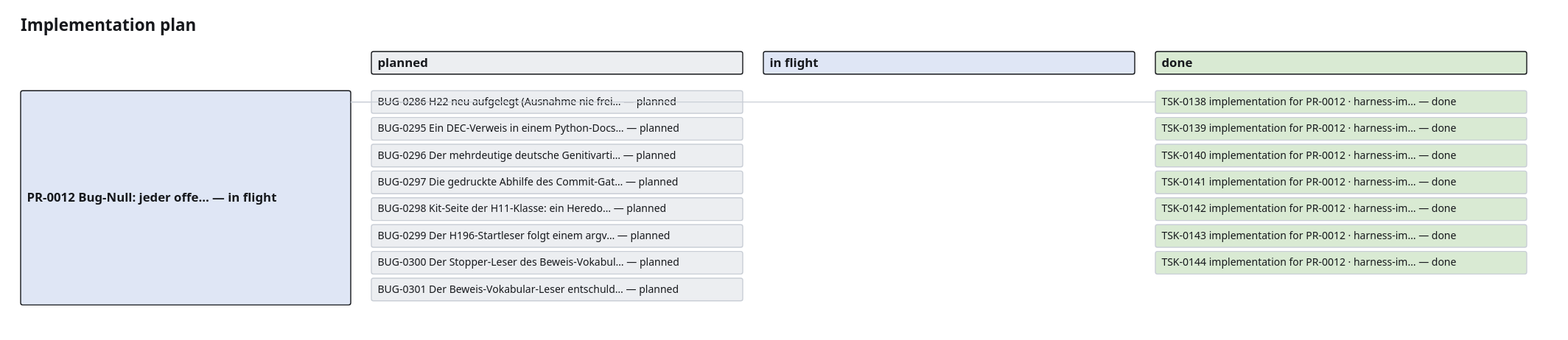
The draw.io diagram project_memory/generated/plan.drawio.svg in GiaZenX/harness, before a commit. Source tidied: cells renumbered, new cells last; positions are measured from the earlier drawing's top-left corner, leaving out a move shared by most shapes.
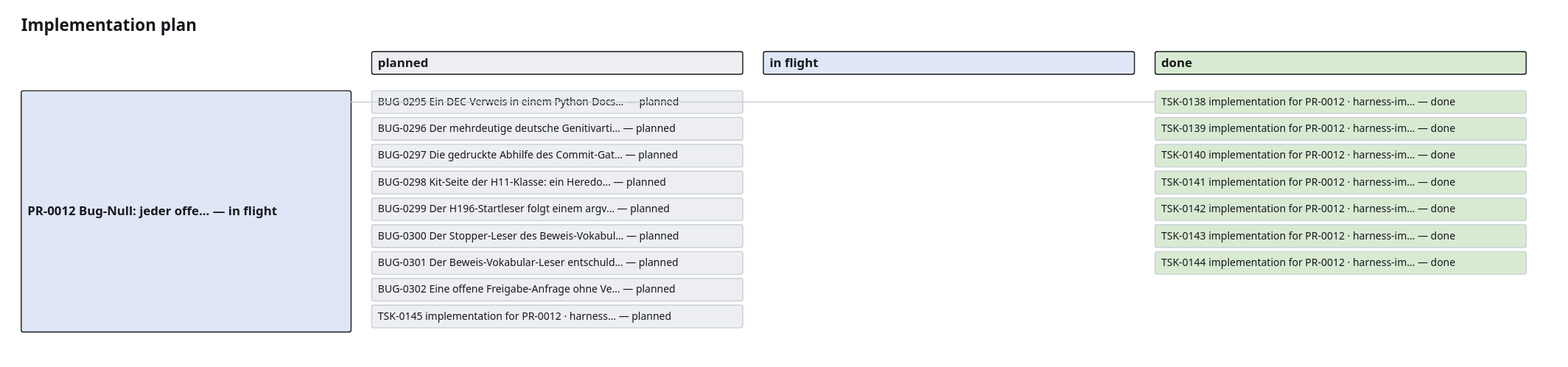
After the change.

What changed in the source:
```diff
@@ -15,58 +15,61 @@
       <mxGeometry x="1100" y="34" width="360" height="22" as="geometry" />
     </mxCell>
     <mxCell id="6" value="PR-0012 Bug-Null: jeder offe… — in flight" style="rounded=1;whiteSpace=wrap;html=1;fillColor=#dfe6f5;strokeColor=#16181c;fontSize=12;fontStyle=1;" parent="1" vertex="1">
-      <mxGeometry y="72" width="320" height="208" as="geometry" />
+      <mxGeometry y="72" width="320" height="234" as="geometry" />
     </mxCell>
-    <mxCell id="7" value="BUG-0286 H22 neu aufgelegt (Ausnahme nie frei… — planned" style="rounded=1;whiteSpace=wrap;html=1;fillColor=#eceef1;strokeColor=#c9ced6;fontSize=10;" parent="1" vertex="1">
+    <mxCell id="7" value="BUG-0295 Ein DEC-Verweis in einem Python-Docs… — planned" style="rounded=1;whiteSpace=wrap;html=1;fillColor=#eceef1;strokeColor=#c9ced6;fontSize=10;" parent="1" vertex="1">
       <mxGeometry x="340" y="72" width="360" height="22" as="geometry" />
     </mxCell>
     <mxCell id="8" style="edgeStyle=orthogonalEdgeStyle;endArrow=none;strokeColor=#c9ced6;" parent="1" edge="1" source="6" target="7">
       <mxGeometry relative="1" as="geometry" />
     </mxCell>
-    <mxCell id="9" value="BUG-0295 Ein DEC-Verweis in einem Python-Docs… — planned" style="rounded=1;whiteSpace=wrap;html=1;fillColor=#eceef1;strokeColor=#c9ced6;fontSize=10;" parent="1" vertex="1">
+    <mxCell id="9" value="BUG-0296 Der mehrdeutige deutsche Genitivarti… — planned" style="rounded=1;whiteSpace=wrap;html=1;fillColor=#eceef1;strokeColor=#c9ced6;fontSize=10;" parent="1" vertex="1">
       <mxGeometry x="340" y="98" width="360" height="22" as="geometry" />
     </mxCell>
-    <mxCell id="10" value="BUG-0296 Der mehrdeutige deutsche Genitivarti… — planned" style="rounded=1;whiteSpace=wrap;html=1;fillColor=#eceef1;strokeColor=#c9ced6;fontSize=10;" parent="1" vertex="1">
+    <mxCell id="10" value="BUG-0297 Die gedruckte Abhilfe des Commit-Gat… — planned" style="rounded=1;whiteSpace=wrap;html=1;fillColor=#eceef1;strokeColor=#c9ced6;fontSize=10;" parent="1" vertex="1">
       <mxGeometry x="340" y="124" width="360" height="22" as="geometry" />
     </mxCell>
-    <mxCell id="11" value="BUG-0297 Die gedruckte Abhilfe des Commit-Gat… — planned" style="rounded=1;whiteSpace=wrap;html=1;fillColor=#eceef1;strokeColor=#c9ced6;fontSize=10;" parent="1" vertex="1">
+    <mxCell id="11" value="BUG-0298 Kit-Seite der H11-Klasse: ein Heredo… — planned" style="rounded=1;whiteSpace=wrap;html=1;fillColor=#eceef1;strokeColor=#c9ced6;fontSize=10;" parent="1" vertex="1">
       <mxGeometry x="340" y="150" width="360" height="22" as="geometry" />
     </mxCell>
-    <mxCell id="12" value="BUG-0298 Kit-Seite der H11-Klasse: ein Heredo… — planned" style="rounded=1;whiteSpace=wrap;html=1;fillColor=#eceef1;strokeColor=#c9ced6;fontSize=10;" parent="1" vertex="1">
+    <mxCell id="12" value="BUG-0299 Der H196-Startleser folgt einem argv… — planned" style="rounded=1;whiteSpace=wrap;html=1;fillColor=#eceef1;strokeColor=#c9ced6;fontSize=10;" parent="1" vertex="1">
       <mxGeometry x="340" y="176" width="360" height="22" as="geometry" />
     </mxCell>
-    <mxCell id="13" value="BUG-0299 Der H196-Startleser folgt einem argv… — planned" style="rounded=1;whiteSpace=wrap;html=1;fillColor=#eceef1;strokeColor=#c9ced6;fontSize=10;" parent="1" vertex="1">
+    <mxCell id="13" value="BUG-0300 Der Stopper-Leser des Beweis-Vokabul… — planned" style="rounded=1;whiteSpace=wrap;html=1;fillColor=#eceef1;strokeColor=#c9ced6;fontSize=10;" parent="1" vertex="1">
       <mxGeometry x="340" y="202" width="360" height="22" as="geometry" />
     </mxCell>
-    <mxCell id="14" value="BUG-0300 Der Stopper-Leser des Beweis-Vokabul… — planned" style="rounded=1;whiteSpace=wrap;html=1;fillColor=#eceef1;strokeColor=#c9ced6;fontSize=10;" parent="1" vertex="1">
+    <mxCell id="14" value="BUG-0301 Der Beweis-Vokabular-Leser entschuld… — planned" style="rounded=1;whiteSpace=wrap;html=1;fillColor=#eceef1;strokeColor=#c9ced6;fontSize=10;" parent="1" vertex="1">
       <mxGeometry x="340" y="228" width="360" height="22" as="geometry" />
     </mxCell>
-    <mxCell id="15" value="BUG-0301 Der Beweis-Vokabular-Leser entschuld… — planned" style="rounded=1;whiteSpace=wrap;html=1;fillColor=#eceef1;strokeColor=#c9ced6;fontSize=10;" parent="1" vertex="1">
+    <mxCell id="15" value="BUG-0302 Eine offene Freigabe-Anfrage ohne Ve… — planned" style="rounded=1;whiteSpace=wrap;html=1;fillColor=#eceef1;strokeColor=#c9ced6;fontSize=10;" parent="1" vertex="1">
       <mxGeometry x="340" y="254" width="360" height="22" as="geometry" />
     </mxCell>
-    <mxCell id="16" value="TSK-0138 implementation for PR-0012 · harness-im… — done" style="rounded=1;whiteSpace=wrap;html=1;fillColor=#d9ead3;strokeColor=#c9ced6;fontSize=10;" parent="1" vertex="1">
-      <mxGeometry x="1100" y="72" width="360" height="22" as="geometry" />
+    <mxCell id="16" value="TSK-0145 implementation for PR-0012 · harness… — planned" style="rounded=1;whiteSpace=wrap;html=1;fillColor=#eceef1;strokeColor=#c9ced6;fontSize=10;" parent="1" vertex="1">
+      <mxGeometry x="340" y="280" width="360" height="22" as="geometry" />
     </mxCell>
-    <mxCell id="17" style="edgeStyle=orthogonalEdgeStyle;endArrow=none;strokeColor=#c9ced6;" parent="1" edge="1" source="6" target="16">
-      <mxGeometry relative="1" as="geometry" />
+    <mxCell id="17" value="TSK-0138 implementation for PR-0012 · harness-im… — done" style="rounded=1;whiteSpace=wrap;html=1;fillColor=#d9ead3;strokeColor=#c9ced6;fontSize=10;" parent="1" vertex="1">
+      <mxGeometry x="1100" y="72" width="360" height="22" as="geometry" />
     </mxCell>
-    <mxCell id="18" value="TSK-0139 implementation for PR-0012 · harness-im… — done" style="rounded=1;whiteSpace=wrap;html=1;fillColor=#d9ead3;strokeColor=#c9ced6;fontSize=10;" parent="1" vertex="1">
-      <mxGeometry x="1100" y="98" width="360" height="22" as="geometry" />
+    <mxCell id="18" style="edgeStyle=orthogonalEdgeStyle;endArrow=none;strokeColor=#c9ced6;" parent="1" edge="1" source="6" target="17">
+      <mxGeometry relative="1" as="geometry" />
     </mxCell>
-    <mxCell id="19" value="TSK-0140 implementation for PR-0012 · harness-im… — done" style="rounded=1;whiteSpace=wrap;html=1;fillColor=#d9ead3;strokeColor=#c9ced6;fontSize=10;" parent="1" vertex="1">
-      <mxGeometry x="1100" y="124" width="360" height="22" as="geometry" />
+    <mxCell id="19" value="TSK-0139 implementation for PR-0012 · harness-im… — done" style="rounded=1;whiteSpace=wrap;html=1;fillColor=#d9ead3;strokeColor=#c9ced6;fontSize=10;" parent="1" vertex="1">
+      <mxGeometry x="1100" y="98" width="360" height="22" as="geometry" />
     </mxCell>
-    <mxCell id="20" value="TSK-0141 implementation for PR-0012 · harness-im… — done" style="rounded=1;whiteSpace=wrap;html=1;fillColor=#d9ead3;strokeColor=#c9ced6;fontSize=10;" parent="1" vertex="1">
-      <mxGeometry x="1100" y="150" width="360" height="22" as="geometry" />
+    <mxCell id="20" value="TSK-0140 implementation for PR-0012 · harness-im… — done" style="rounded=1;whiteSpace=wrap;html=1;fillColor=#d9ead3;strokeColor=#c9ced6;fontSize=10;" parent="1" vertex="1">
+      <mxGeometry x="1100" y="124" width="360" height="22" as="geometry" />
     </mxCell>
-    <mxCell id="21" value="TSK-0142 implementation for PR-0012 · harness-im… — done" style="rounded=1;whiteSpace=wrap;html=1;fillColor=#d9ead3;strokeColor=#c9ced6;fontSize=10;" parent="1" vertex="1">
-      <mxGeometry x="1100" y="176" width="360" height="22" as="geometry" />
+    <mxCell id="21" value="TSK-0141 implementation for PR-0012 · harness-im… — done" style="rounded=1;whiteSpace=wrap;html=1;fillColor=#d9ead3;strokeColor=#c9ced6;fontSize=10;" parent="1" vertex="1">
+      <mxGeometry x="1100" y="150" width="360" height="22" as="geometry" />
     </mxCell>
-    <mxCell id="22" value="TSK-0143 implementation for PR-0012 · harness-im… — done" style="rounded=1;whiteSpace=wrap;html=1;fillColor=#d9ead3;strokeColor=#c9ced6;fontSize=10;" parent="1" vertex="1">
-      <mxGeometry x="1100" y="202" width="360" height="22" as="geometry" />
+    <mxCell id="22" value="TSK-0142 implementation for PR-0012 · harness-im… — done" style="rounded=1;whiteSpace=wrap;html=1;fillColor=#d9ead3;strokeColor=#c9ced6;fontSize=10;" parent="1" vertex="1">
+      <mxGeometry x="1100" y="176" width="360" height="22" as="geometry" />
     </mxCell>
-    <mxCell id="23" value="TSK-0144 implementation for PR-0012 · harness-im… — done" style="rounded=1;whiteSpace=wrap;html=1;fillColor=#d9ead3;strokeColor=#c9ced6;fontSize=10;" parent="1" vertex="1">
-      <mxGeometry x="1100" y="228" width="360" height="22" as="geometry" />
+    <mxCell id="23" value="TSK-0143 implementation for PR-0012 · harness-im… — done" style="rounded=1;whiteSpace=wrap;html=1;fillColor=#d9ead3;strokeColor=#c9ced6;fontSize=10;" parent="1" vertex="1">
+      <mxGeometry x="1100" y="202" width="360" height="22" as="geometry" />
     </mxCell>
+    <mxCell id="24" value="TSK-0144 implementation for PR-0012 · harness-im… — done" style="rounded=1;whiteSpace=wrap;html=1;fillColor=#d9ead3;strokeColor=#c9ced6;fontSize=10;" parent="1" vertex="1">
+      <mxGeometry x="1100" y="228" width="360" height="22" as="geometry" />
+    </mxCell>
   </root>
 </mxGraphModel>
```
